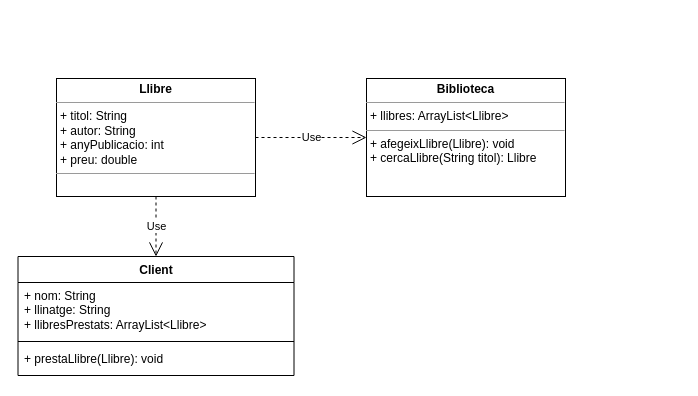
bvivess/PRG keeps this draw.io diagram as DRAW.IO/ACT8_7.drawio. Above is the earlier version. Source tidied: cells renumbered, new cells numbered last; positions are measured from the earlier drawing's top-left corner, leaving out a move shared by most shapes. Both pictures are drawn from the tidied source at 100%, with x=0, y=0 at pixel (17, 78).
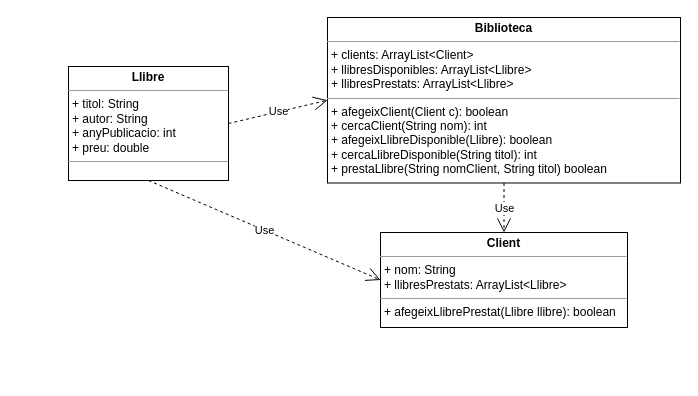
Above is the later version.

The edit, as a diff of the source:
```diff
@@
 <mxGraphModel>
   <root>
     <mxCell id="0" />
     <mxCell id="1" parent="0" />
-    <mxCell id="2" value="Client" style="swimlane;fontStyle=1;align=center;verticalAlign=top;horizontal=1;startSize=26;whiteSpace=wrap;html=1;" parent="1" vertex="1">
-      <mxGeometry x="0.5" y="178" width="276" height="119" as="geometry" />
-    </mxCell>
-    <mxCell id="3" value="+ nom: String&lt;br&gt;+ llinatge: String&lt;br&gt;+ llibresPrestats: ArrayList&amp;lt;Llibre&amp;gt;" style="text;strokeColor=none;fillColor=none;align=left;verticalAlign=top;spacingLeft=4;spacingRight=4;overflow=hidden;whiteSpace=wrap;html=1;" parent="2" vertex="1">
-      <mxGeometry y="26" width="276" height="55" as="geometry" />
-    </mxCell>
-    <mxCell id="4" style="line;strokeWidth=1;fillColor=none;align=left;verticalAlign=middle;spacingTop=-1;spacingLeft=3;spacingRight=3;labelPosition=right;strokeColor=inherit;" parent="2" vertex="1">
-      <mxGeometry y="81" width="276" height="8" as="geometry" />
-    </mxCell>
-    <mxCell id="5" value="+ prestaLlibre(Llibre): void" style="text;strokeColor=none;fillColor=none;align=left;verticalAlign=top;spacingLeft=4;spacingRight=4;overflow=hidden;whiteSpace=wrap;html=1;" parent="2" vertex="1">
-      <mxGeometry y="89" width="276" height="30" as="geometry" />
-    </mxCell>
-    <mxCell id="6" value="&lt;p style=&quot;margin:0px;margin-top:4px;text-align:center;&quot;&gt;&lt;b style=&quot;border-color: var(--border-color);&quot;&gt;Llibre&lt;/b&gt;&lt;br&gt;&lt;/p&gt;&lt;hr size=&quot;1&quot;&gt;&lt;p style=&quot;margin:0px;margin-left:4px;&quot;&gt;+ titol: String&lt;/p&gt;&lt;p style=&quot;margin:0px;margin-left:4px;&quot;&gt;+ autor: String&lt;/p&gt;&lt;p style=&quot;border-color: var(--border-color); margin: 0px 0px 0px 4px;&quot;&gt;+ anyPublicacio: int&lt;/p&gt;&lt;p style=&quot;border-color: var(--border-color); margin: 0px 0px 0px 4px;&quot;&gt;+ preu: double&lt;br&gt;&lt;/p&gt;&lt;hr size=&quot;1&quot;&gt;&lt;p style=&quot;margin:0px;margin-left:4px;&quot;&gt;&lt;br&gt;&lt;/p&gt;" style="verticalAlign=top;align=left;overflow=fill;fontSize=12;fontFamily=Helvetica;html=1;whiteSpace=wrap;" parent="1" vertex="1">
-      <mxGeometry x="39" width="199" height="118" as="geometry" />
-    </mxCell>
-    <mxCell id="7" value="Use" style="endArrow=open;endSize=12;dashed=1;html=1;rounded=0;entryX=0.5;entryY=0;entryDx=0;entryDy=0;exitX=0.5;exitY=1;exitDx=0;exitDy=0;" parent="1" edge="1" source="6" target="2">
+    <mxCell id="7" value="Use" style="endArrow=open;endSize=12;dashed=1;html=1;rounded=0;entryX=0;entryY=0.5;entryDx=0;entryDy=0;exitX=0.5;exitY=1;exitDx=0;exitDy=0;" parent="1" edge="1" source="6" target="10">
       <mxGeometry relative="1" as="geometry" />
     </mxCell>
     <mxCell id="8" value="Use" style="endArrow=open;endSize=12;dashed=1;html=1;rounded=0;entryX=0;entryY=0.5;entryDx=0;entryDy=0;exitX=1;exitY=0.5;exitDx=0;exitDy=0;" parent="1" edge="1" source="6" target="9">
-      <mxGeometry relative="1" as="geometry" />
+      <mxGeometry x="0.01" relative="1" as="geometry" />
     </mxCell>
-    <mxCell id="9" value="&lt;p style=&quot;margin:0px;margin-top:4px;text-align:center;&quot;&gt;&lt;b style=&quot;border-color: var(--border-color);&quot;&gt;Biblioteca&lt;/b&gt;&lt;br&gt;&lt;/p&gt;&lt;hr size=&quot;1&quot;&gt;&lt;p style=&quot;margin:0px;margin-left:4px;&quot;&gt;+ llibres: ArrayList&amp;lt;Llibre&amp;gt;&lt;/p&gt;&lt;hr size=&quot;1&quot;&gt;&lt;p style=&quot;margin:0px;margin-left:4px;&quot;&gt;+ afegeixLlibre(Llibre): void&lt;/p&gt;&lt;p style=&quot;margin:0px;margin-left:4px;&quot;&gt;+ cercaLlibre(String titol): Llibre&lt;/p&gt;" style="verticalAlign=top;align=left;overflow=fill;fontSize=12;fontFamily=Helvetica;html=1;whiteSpace=wrap;" parent="1" vertex="1">
-      <mxGeometry x="349" width="199" height="118" as="geometry" />
+    <mxCell id="9" value="&lt;p style=&quot;margin:0px;margin-top:4px;text-align:center;&quot;&gt;&lt;b style=&quot;border-color: var(--border-color);&quot;&gt;Biblioteca&lt;/b&gt;&lt;br&gt;&lt;/p&gt;&lt;hr size=&quot;1&quot;&gt;&lt;p style=&quot;margin:0px;margin-left:4px;&quot;&gt;+ clients: ArrayList&amp;lt;Client&amp;gt;&lt;/p&gt;&lt;p style=&quot;margin:0px;margin-left:4px;&quot;&gt;+ llibresDisponibles: ArrayList&amp;lt;Llibre&amp;gt;&lt;/p&gt;&lt;p style=&quot;margin:0px;margin-left:4px;&quot;&gt;+ llibresPrestats: ArrayList&amp;lt;Llibre&amp;gt;&lt;/p&gt;&lt;hr size=&quot;1&quot;&gt;&lt;p style=&quot;border-color: var(--border-color); margin: 0px 0px 0px 4px;&quot;&gt;+ afegeixClient(Client c): boolean&lt;/p&gt;&lt;p style=&quot;border-color: var(--border-color); margin: 0px 0px 0px 4px;&quot;&gt;+ cercaClient(String nom): int&lt;/p&gt;&lt;p style=&quot;margin:0px;margin-left:4px;&quot;&gt;+ afegeixLlibreDisponible(Llibre): boolean&lt;/p&gt;&lt;p style=&quot;margin:0px;margin-left:4px;&quot;&gt;&lt;span style=&quot;background-color: initial;&quot;&gt;+ cercaLlibreDisponible(String titol): int&lt;/span&gt;&lt;/p&gt;&lt;p style=&quot;margin:0px;margin-left:4px;&quot;&gt;+ prestaLlibre(String nomClient, String titol) boolean&lt;span style=&quot;background-color: initial;&quot;&gt;&lt;br&gt;&lt;/span&gt;&lt;/p&gt;" style="verticalAlign=top;align=left;overflow=fill;fontSize=12;fontFamily=Helvetica;html=1;whiteSpace=wrap;" parent="1" vertex="1">
+      <mxGeometry x="310" y="-61" width="353" height="165.5" as="geometry" />
     </mxCell>
+    <mxCell id="6" value="&lt;p style=&quot;margin:0px;margin-top:4px;text-align:center;&quot;&gt;&lt;b&gt;Llibre&lt;/b&gt;&lt;/p&gt;&lt;hr size=&quot;1&quot;&gt;&lt;p style=&quot;border-color: var(--border-color); margin: 0px 0px 0px 4px;&quot;&gt;+ titol: String&lt;/p&gt;&lt;p style=&quot;border-color: var(--border-color); margin: 0px 0px 0px 4px;&quot;&gt;+ autor: String&lt;/p&gt;&lt;p style=&quot;border-color: var(--border-color); margin: 0px 0px 0px 4px;&quot;&gt;+ anyPublicacio: int&lt;/p&gt;&lt;p style=&quot;border-color: var(--border-color); margin: 0px 0px 0px 4px;&quot;&gt;+ preu: double&lt;/p&gt;&lt;hr size=&quot;1&quot;&gt;&lt;p style=&quot;margin:0px;margin-left:4px;&quot;&gt;&lt;br&gt;&lt;/p&gt;" style="verticalAlign=top;align=left;overflow=fill;fontSize=12;fontFamily=Helvetica;html=1;whiteSpace=wrap;" parent="1" vertex="1">
+      <mxGeometry x="51" y="-12" width="160" height="114" as="geometry" />
+    </mxCell>
+    <mxCell id="10" value="&lt;p style=&quot;margin:0px;margin-top:4px;text-align:center;&quot;&gt;&lt;b&gt;Client&lt;/b&gt;&lt;/p&gt;&lt;hr size=&quot;1&quot;&gt;&lt;p style=&quot;border-color: var(--border-color); margin: 0px 0px 0px 4px;&quot;&gt;+ nom: String&lt;br style=&quot;border-color: var(--border-color);&quot;&gt;+ llibresPrestats: ArrayList&amp;lt;Llibre&amp;gt;&lt;br&gt;&lt;/p&gt;&lt;hr size=&quot;1&quot;&gt;&lt;p style=&quot;margin:0px;margin-left:4px;&quot;&gt;+ afegeixLlibrePrestat(Llibre llibre): boolean&lt;/p&gt;" style="verticalAlign=top;align=left;overflow=fill;fontSize=12;fontFamily=Helvetica;html=1;whiteSpace=wrap;" parent="1" vertex="1">
+      <mxGeometry x="363" y="154" width="247" height="95" as="geometry" />
+    </mxCell>
+    <mxCell id="11" value="Use" style="endArrow=open;endSize=12;dashed=1;html=1;rounded=0;entryX=0.5;entryY=0;entryDx=0;entryDy=0;exitX=0.5;exitY=1;exitDx=0;exitDy=0;" parent="1" edge="1" source="9" target="10">
+      <mxGeometry relative="1" as="geometry" />
+    </mxCell>
   </root>
 </mxGraphModel>
```
